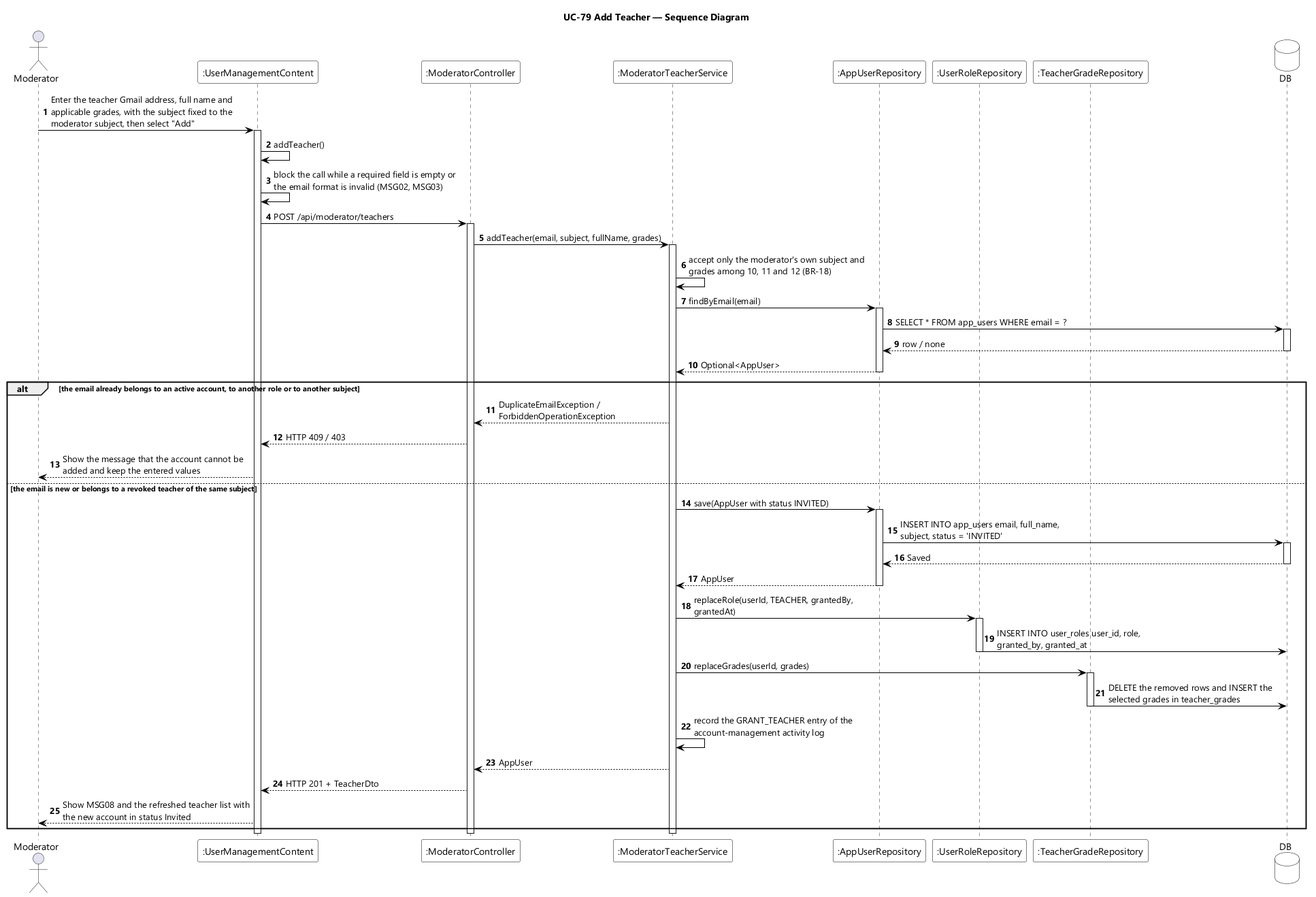
Before: designs/sds-diagrams/uc79/uc79-sequence-diagram.png, a diagram exported from PlantUML (EduA-system/EduA-system). Source of this version:
```plantuml
@startuml UC-79 Add Teacher - Sequence Diagram
skinparamlocked dpi 96
skinparam defaultFontName "Segoe UI"
skinparam shadowing false
skinparam ParticipantBackgroundColor #FFFFFF
skinparam ParticipantBorderColor #000000
skinparam DatabaseBackgroundColor #FFFFFF
skinparam DatabaseBorderColor #000000
skinparam ArrowColor #000000
skinparam sequenceMessageAlign left
skinparam maxMessageSize 280
title UC-79 Add Teacher — Sequence Diagram

actor Moderator
participant ":UserManagementContent" as UI
participant ":ModeratorController" as CTL
participant ":ModeratorTeacherService" as SVC
participant ":AppUserRepository" as USERS
participant ":UserRoleRepository" as ROLES
participant ":TeacherGradeRepository" as GRADES
database DB

autonumber
Moderator -> UI : Enter the teacher Gmail address, full name and applicable grades, with the subject fixed to the moderator subject, then select "Add"
activate UI
UI -> UI : addTeacher()
UI -> UI : block the call while a required field is empty or the email format is invalid (MSG02, MSG03)
UI -> CTL : POST /api/moderator/teachers
activate CTL
CTL -> SVC : addTeacher(email, subject, fullName, grades)
activate SVC
SVC -> SVC : accept only the moderator's own subject and grades among 10, 11 and 12 (BR-18)
SVC -> USERS : findByEmail(email)
activate USERS
USERS -> DB : SELECT * FROM app_users WHERE email = ?
activate DB
DB --> USERS : row / none
deactivate DB
USERS --> SVC : Optional<AppUser>
deactivate USERS

alt the email already belongs to an active account, to another role or to another subject
  SVC --> CTL : DuplicateEmailException / ForbiddenOperationException
  CTL --> UI : HTTP 409 / 403
  UI --> Moderator : Show the message that the account cannot be added and keep the entered values
else the email is new or belongs to a revoked teacher of the same subject
  SVC -> USERS : save(AppUser with status INVITED)
  activate USERS
  USERS -> DB : INSERT INTO app_users email, full_name, subject, status = 'INVITED'
  activate DB
  DB --> USERS : Saved
  deactivate DB
  USERS --> SVC : AppUser
  deactivate USERS
  SVC -> ROLES : replaceRole(userId, TEACHER, grantedBy, grantedAt)
  activate ROLES
  ROLES -> DB : INSERT INTO user_roles user_id, role, granted_by, granted_at
  deactivate ROLES
  SVC -> GRADES : replaceGrades(userId, grades)
  activate GRADES
  GRADES -> DB : DELETE the removed rows and INSERT the selected grades in teacher_grades
  deactivate GRADES
  SVC -> SVC : record the GRANT_TEACHER entry of the account-management activity log
  SVC --> CTL : AppUser
  CTL --> UI : HTTP 201 + TeacherDto
  UI --> Moderator : Show MSG08 and the refreshed teacher list with the new account in status Invited
end
deactivate SVC
deactivate CTL
deactivate UI
@enduml
```
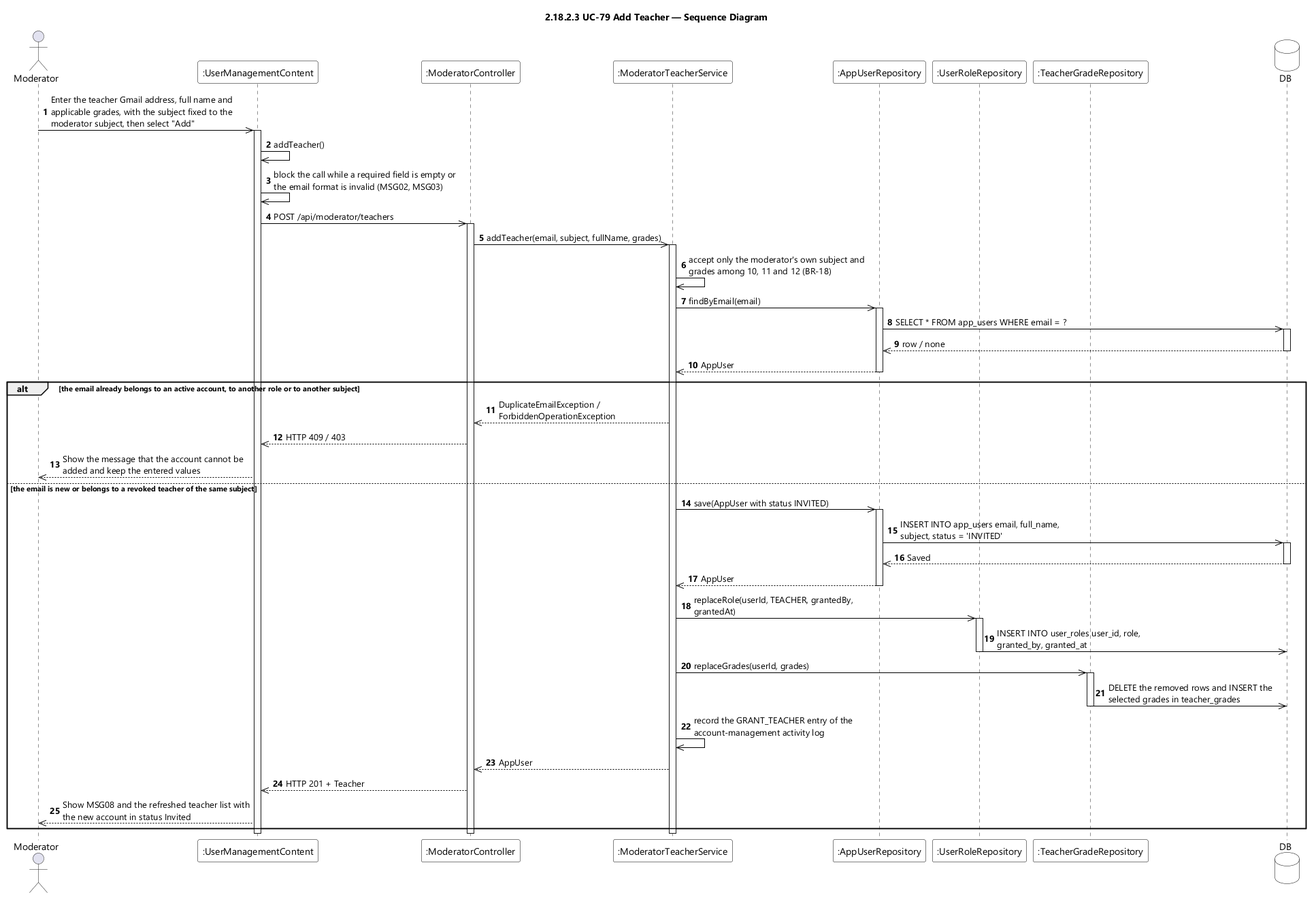
After the commit.

The edit, as a diff of the source:
```diff
@@ -9,7 +9,7 @@
 skinparam ArrowColor #000000
 skinparam sequenceMessageAlign left
 skinparam maxMessageSize 280
-title UC-79 Add Teacher — Sequence Diagram
+title 2.18.2.3 UC-79 Add Teacher — Sequence Diagram
 
 actor Moderator
 participant ":UserManagementContent" as UI
@@ -21,49 +21,49 @@
 database DB
 
 autonumber
-Moderator -> UI : Enter the teacher Gmail address, full name and applicable grades, with the subject fixed to the moderator subject, then select "Add"
+Moderator ->> UI : Enter the teacher Gmail address, full name and applicable grades, with the subject fixed to the moderator subject, then select "Add"
 activate UI
-UI -> UI : addTeacher()
-UI -> UI : block the call while a required field is empty or the email format is invalid (MSG02, MSG03)
-UI -> CTL : POST /api/moderator/teachers
+UI ->> UI : addTeacher()
+UI ->> UI : block the call while a required field is empty or the email format is invalid (MSG02, MSG03)
+UI ->> CTL : POST /api/moderator/teachers
 activate CTL
-CTL -> SVC : addTeacher(email, subject, fullName, grades)
+CTL ->> SVC : addTeacher(email, subject, fullName, grades)
 activate SVC
-SVC -> SVC : accept only the moderator's own subject and grades among 10, 11 and 12 (BR-18)
-SVC -> USERS : findByEmail(email)
+SVC ->> SVC : accept only the moderator's own subject and grades among 10, 11 and 12 (BR-18)
+SVC ->> USERS : findByEmail(email)
 activate USERS
-USERS -> DB : SELECT * FROM app_users WHERE email = ?
+USERS ->> DB : SELECT * FROM app_users WHERE email = ?
 activate DB
-DB --> USERS : row / none
+DB -->> USERS : row / none
 deactivate DB
-USERS --> SVC : Optional<AppUser>
+USERS -->> SVC : AppUser
 deactivate USERS
 
 alt the email already belongs to an active account, to another role or to another subject
-  SVC --> CTL : DuplicateEmailException / ForbiddenOperationException
-  CTL --> UI : HTTP 409 / 403
-  UI --> Moderator : Show the message that the account cannot be added and keep the entered values
+  SVC -->> CTL : DuplicateEmailException / ForbiddenOperationException
+  CTL -->> UI : HTTP 409 / 403
+  UI -->> Moderator : Show the message that the account cannot be added and keep the entered values
 else the email is new or belongs to a revoked teacher of the same subject
-  SVC -> USERS : save(AppUser with status INVITED)
+  SVC ->> USERS : save(AppUser with status INVITED)
   activate USERS
-  USERS -> DB : INSERT INTO app_users email, full_name, subject, status = 'INVITED'
+  USERS ->> DB : INSERT INTO app_users email, full_name, subject, status = 'INVITED'
   activate DB
-  DB --> USERS : Saved
+  DB -->> USERS : Saved
   deactivate DB
-  USERS --> SVC : AppUser
+  USERS -->> SVC : AppUser
   deactivate USERS
-  SVC -> ROLES : replaceRole(userId, TEACHER, grantedBy, grantedAt)
+  SVC ->> ROLES : replaceRole(userId, TEACHER, grantedBy, grantedAt)
   activate ROLES
-  ROLES -> DB : INSERT INTO user_roles user_id, role, granted_by, granted_at
+  ROLES ->> DB : INSERT INTO user_roles user_id, role, granted_by, granted_at
   deactivate ROLES
-  SVC -> GRADES : replaceGrades(userId, grades)
+  SVC ->> GRADES : replaceGrades(userId, grades)
   activate GRADES
-  GRADES -> DB : DELETE the removed rows and INSERT the selected grades in teacher_grades
+  GRADES ->> DB : DELETE the removed rows and INSERT the selected grades in teacher_grades
   deactivate GRADES
-  SVC -> SVC : record the GRANT_TEACHER entry of the account-management activity log
-  SVC --> CTL : AppUser
-  CTL --> UI : HTTP 201 + TeacherDto
-  UI --> Moderator : Show MSG08 and the refreshed teacher list with the new account in status Invited
+  SVC ->> SVC : record the GRANT_TEACHER entry of the account-management activity log
+  SVC -->> CTL : AppUser
+  CTL -->> UI : HTTP 201 + Teacher
+  UI -->> Moderator : Show MSG08 and the refreshed teacher list with the new account in status Invited
 end
 deactivate SVC
 deactivate CTL
```
